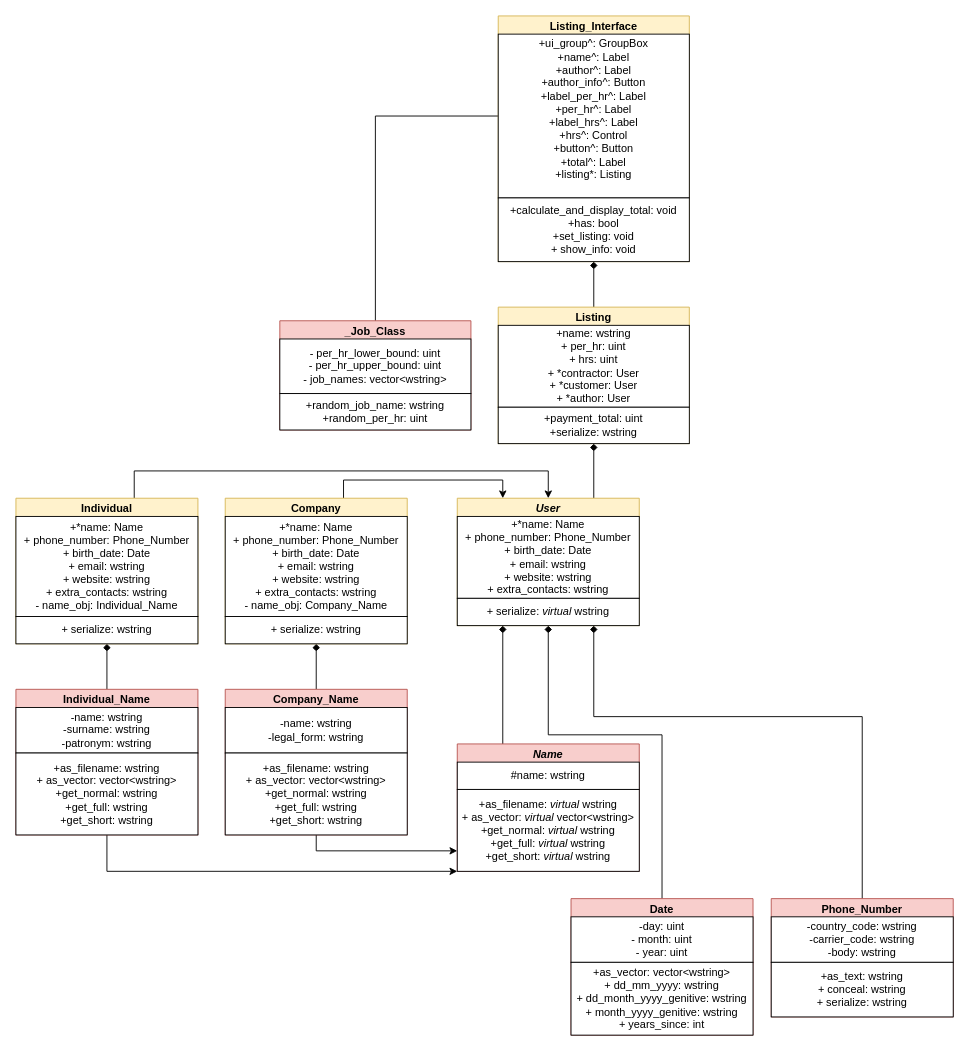
This is Coursework_UML.drawio from ThatOneGriff/Programming-Coursework, a draw.io file, before an edit. Source tidied: cells renumbered, new cells numbered last; positions are measured from the earlier drawing's top-left corner, leaving out a move shared by most shapes. Both pictures are drawn from the tidied source at 91%, with x=0, y=0 at pixel (15, 15).
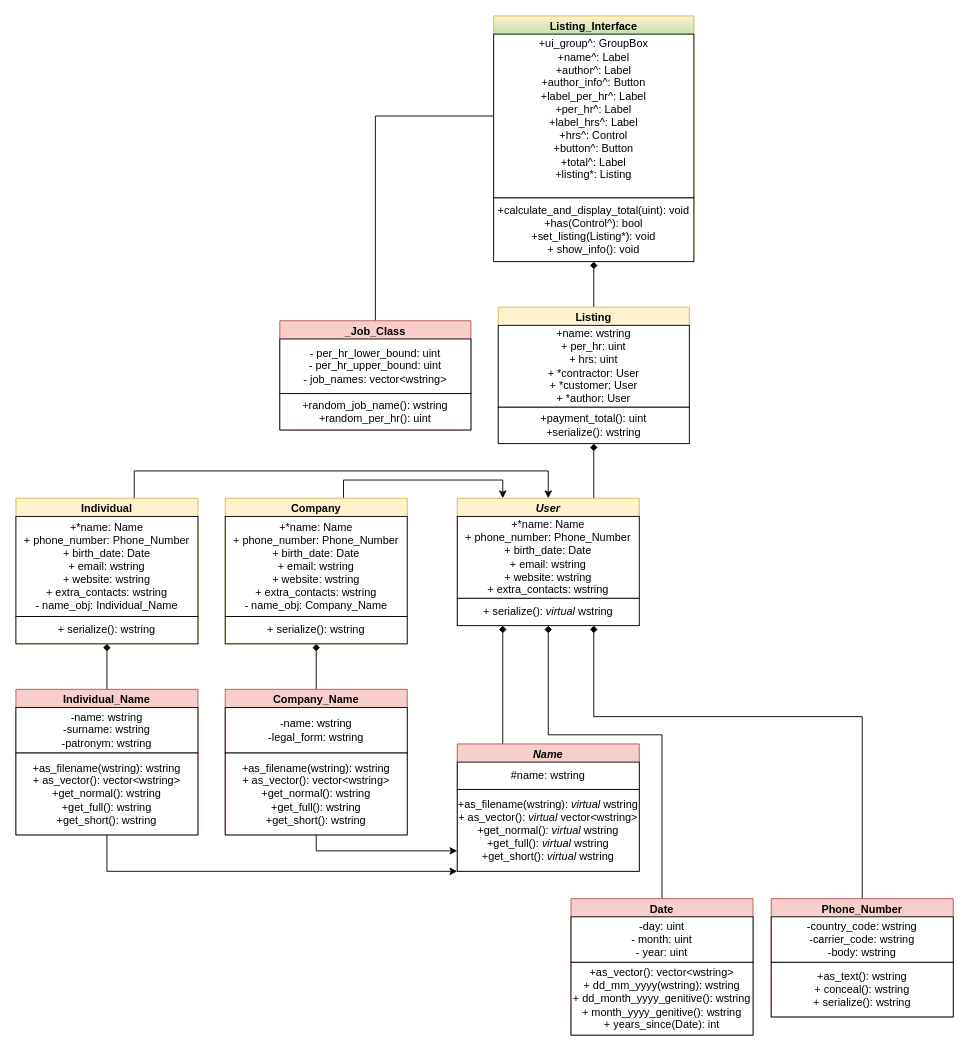
Above is the later version.

Commit message (it also covers changes not shown here):
Fixed up the diagram functions

TODO: "macro can be converted to constexpr"

The change refers to these unchanged cells:
```xml
<mxCell id="3" value="&lt;i&gt;Name&lt;/i&gt;" style="swimlane;whiteSpace=wrap;html=1;fillColor=#f8cecc;strokeColor=#b85450;" parent="1" vertex="1">
  <mxGeometry x="485" y="800" width="200" height="140" as="geometry" />
</mxCell>
<mxCell id="8" value="Individual_Name" style="swimlane;whiteSpace=wrap;html=1;fillColor=#f8cecc;strokeColor=#b85450;" parent="1" vertex="1">
  <mxGeometry y="740" width="200" height="160" as="geometry" />
</mxCell>
<mxCell id="13" value="Company_Name" style="swimlane;whiteSpace=wrap;html=1;fillColor=#f8cecc;strokeColor=#b85450;" parent="1" vertex="1">
  <mxGeometry x="230" y="740" width="200" height="160" as="geometry" />
</mxCell>
<mxCell id="17" value="Phone_Number" style="swimlane;whiteSpace=wrap;html=1;fillColor=#f8cecc;strokeColor=#b85450;" parent="1" vertex="1">
  <mxGeometry x="830" y="970" width="200" height="130" as="geometry" />
</mxCell>
<mxCell id="21" value="Date" style="swimlane;whiteSpace=wrap;html=1;fillColor=#f8cecc;strokeColor=#b85450;" parent="1" vertex="1">
  <mxGeometry x="610" y="970" width="200" height="150" as="geometry" />
</mxCell>
<mxCell id="25" value="&lt;i&gt;User&lt;/i&gt;" style="swimlane;whiteSpace=wrap;html=1;fillColor=#fff2cc;strokeColor=#d6b656;" parent="1" vertex="1">
  <mxGeometry x="485" y="530" width="200" height="140" as="geometry" />
</mxCell>
<mxCell id="29" value="Individual" style="swimlane;whiteSpace=wrap;html=1;fillColor=#fff2cc;strokeColor=#d6b656;" parent="1" vertex="1">
  <mxGeometry y="530" width="200" height="160" as="geometry" />
</mxCell>
<mxCell id="33" value="Company" style="swimlane;whiteSpace=wrap;html=1;fillColor=#fff2cc;strokeColor=#d6b656;" parent="1" vertex="1">
  <mxGeometry x="230" y="530" width="200" height="160" as="geometry" />
</mxCell>
<mxCell id="37" value="Listing" style="swimlane;whiteSpace=wrap;html=1;fillColor=#fff2cc;strokeColor=#d6b656;" parent="1" vertex="1">
  <mxGeometry x="530" y="320" width="210" height="150" as="geometry" />
</mxCell>
<mxCell id="41" value="_Job_Class" style="swimlane;whiteSpace=wrap;html=1;fillColor=#f8cecc;strokeColor=#b85450;" parent="1" vertex="1">
  <mxGeometry x="290" y="335" width="210" height="120" as="geometry" />
</mxCell>
```

Change to the diagram source:
```diff
@@
-    <mxCell id="5" value="+as_filename: &lt;i&gt;virtual &lt;/i&gt;wstring&lt;div&gt;+ as_vector: &lt;i&gt;virtual &lt;/i&gt;vector&amp;lt;wstring&amp;gt;&lt;/div&gt;&lt;div&gt;+get_normal: &lt;i&gt;virtual &lt;/i&gt;wstring&lt;/div&gt;&lt;div&gt;+get_full: &lt;i&gt;virtual &lt;/i&gt;wstring&lt;/div&gt;&lt;div&gt;+get_short: &lt;i&gt;virtual &lt;/i&gt;wstring&lt;/div&gt;" style="rounded=0;whiteSpace=wrap;html=1;" parent="3" vertex="1">
+    <mxCell id="5" value="+as_filename(wstring): &lt;i&gt;virtual &lt;/i&gt;wstring&lt;div&gt;+ as_vector(): &lt;i&gt;virtual &lt;/i&gt;vector&amp;lt;wstring&amp;gt;&lt;/div&gt;&lt;div&gt;+get_normal(): &lt;i&gt;virtual &lt;/i&gt;wstring&lt;/div&gt;&lt;div&gt;+get_full(): &lt;i&gt;virtual &lt;/i&gt;wstring&lt;/div&gt;&lt;div&gt;+get_short(): &lt;i&gt;virtual &lt;/i&gt;wstring&lt;/div&gt;" style="rounded=0;whiteSpace=wrap;html=1;" parent="3" vertex="1">
       <mxGeometry y="50" width="200" height="90" as="geometry" />
     </mxCell>
@@
-    <mxCell id="10" value="+as_filename: wstring&lt;div&gt;+ as_vector: vector&amp;lt;wstring&amp;gt;&lt;/div&gt;&lt;div&gt;+get_normal: wstring&lt;/div&gt;&lt;div&gt;+get_full: wstring&lt;/div&gt;&lt;div&gt;+get_short: wstring&lt;/div&gt;" style="rounded=0;whiteSpace=wrap;html=1;" parent="8" vertex="1">
+    <mxCell id="10" value="+as_filename(wstring): wstring&lt;div&gt;+ as_vector(): vector&amp;lt;wstring&amp;gt;&lt;/div&gt;&lt;div&gt;+get_normal(): wstring&lt;/div&gt;&lt;div&gt;+get_full(): wstring&lt;/div&gt;&lt;div&gt;+get_short(): wstring&lt;/div&gt;" style="rounded=0;whiteSpace=wrap;html=1;" parent="8" vertex="1">
       <mxGeometry y="70" width="200" height="90" as="geometry" />
     </mxCell>
@@
-    <mxCell id="15" value="+as_filename: wstring&lt;div&gt;+ as_vector: vector&amp;lt;wstring&amp;gt;&lt;/div&gt;&lt;div&gt;+get_normal: wstring&lt;/div&gt;&lt;div&gt;+get_full: wstring&lt;/div&gt;&lt;div&gt;+get_short: wstring&lt;/div&gt;" style="rounded=0;whiteSpace=wrap;html=1;" parent="13" vertex="1">
+    <mxCell id="15" value="+as_filename(wstring): wstring&lt;div&gt;+ as_vector(): vector&amp;lt;wstring&amp;gt;&lt;/div&gt;&lt;div&gt;+get_normal(): wstring&lt;/div&gt;&lt;div&gt;+get_full(): wstring&lt;/div&gt;&lt;div&gt;+get_short(): wstring&lt;/div&gt;" style="rounded=0;whiteSpace=wrap;html=1;" parent="13" vertex="1">
       <mxGeometry y="70" width="200" height="90" as="geometry" />
     </mxCell>
@@
-    <mxCell id="19" value="+as_text: wstring&lt;div&gt;+ conceal: wstring&lt;/div&gt;&lt;div&gt;+ serialize: wstring&lt;/div&gt;" style="rounded=0;whiteSpace=wrap;html=1;" parent="17" vertex="1">
+    <mxCell id="19" value="+as_text(): wstring&lt;div&gt;+ conceal(): wstring&lt;/div&gt;&lt;div&gt;+ serialize(): wstring&lt;/div&gt;" style="rounded=0;whiteSpace=wrap;html=1;" parent="17" vertex="1">
       <mxGeometry y="70" width="200" height="60" as="geometry" />
     </mxCell>
@@
-    <mxCell id="23" value="+as_vector: vector&amp;lt;wstring&amp;gt;&lt;div&gt;+ dd_mm_yyyy: wstring&lt;/div&gt;&lt;div&gt;+ dd_month_yyyy_genitive: wstring&lt;/div&gt;&lt;div&gt;+ month_yyyy_genitive: wstring&lt;/div&gt;&lt;div&gt;+ years_since: int&lt;/div&gt;" style="rounded=0;whiteSpace=wrap;html=1;" parent="21" vertex="1">
+    <mxCell id="23" value="+as_vector(): vector&amp;lt;wstring&amp;gt;&lt;div&gt;+ dd_mm_yyyy(wstring): wstring&lt;/div&gt;&lt;div&gt;+ dd_month_yyyy_genitive(): wstring&lt;/div&gt;&lt;div&gt;+ month_yyyy_genitive(): wstring&lt;/div&gt;&lt;div&gt;+ years_since(Date): int&lt;/div&gt;" style="rounded=0;whiteSpace=wrap;html=1;" parent="21" vertex="1">
       <mxGeometry y="70" width="200" height="80" as="geometry" />
     </mxCell>
@@
-    <mxCell id="27" value="+ serialize: &lt;i&gt;virtual&lt;/i&gt;&amp;nbsp;wstring" style="rounded=0;whiteSpace=wrap;html=1;" parent="25" vertex="1">
+    <mxCell id="27" value="+ serialize(): &lt;i&gt;virtual&lt;/i&gt;&amp;nbsp;wstring" style="rounded=0;whiteSpace=wrap;html=1;" parent="25" vertex="1">
       <mxGeometry y="110" width="200" height="30" as="geometry" />
     </mxCell>
@@
-    <mxCell id="31" value="+ serialize: wstring" style="rounded=0;whiteSpace=wrap;html=1;" parent="29" vertex="1">
+    <mxCell id="31" value="+ serialize(): wstring" style="rounded=0;whiteSpace=wrap;html=1;" parent="29" vertex="1">
       <mxGeometry y="130" width="200" height="30" as="geometry" />
     </mxCell>
@@
-    <mxCell id="35" value="+ serialize: wstring" style="rounded=0;whiteSpace=wrap;html=1;" parent="33" vertex="1">
+    <mxCell id="35" value="+ serialize(): wstring" style="rounded=0;whiteSpace=wrap;html=1;" parent="33" vertex="1">
       <mxGeometry y="130" width="200" height="30" as="geometry" />
     </mxCell>
@@
-    <mxCell id="39" value="+payment_total: uint&lt;div&gt;+serialize: wstring&lt;/div&gt;" style="rounded=0;whiteSpace=wrap;html=1;" parent="37" vertex="1">
+    <mxCell id="39" value="+payment_total(): uint&lt;div&gt;+serialize(): wstring&lt;/div&gt;" style="rounded=0;whiteSpace=wrap;html=1;" parent="37" vertex="1">
       <mxGeometry y="110" width="210" height="40" as="geometry" />
     </mxCell>
@@
-    <mxCell id="43" value="+random_job_name: wstring&lt;div&gt;+random_per_hr: uint&lt;/div&gt;" style="rounded=0;whiteSpace=wrap;html=1;" parent="41" vertex="1">
+    <mxCell id="43" value="+random_job_name(): wstring&lt;div&gt;+random_per_hr(): uint&lt;/div&gt;" style="rounded=0;whiteSpace=wrap;html=1;" parent="41" vertex="1">
       <mxGeometry y="80" width="210" height="40" as="geometry" />
     </mxCell>
-    <mxCell id="44" value="Listing_Interface" style="swimlane;whiteSpace=wrap;html=1;fillColor=#fff2cc;strokeColor=#d6b656;gradientColor=none;" parent="1" vertex="1">
-      <mxGeometry x="530" width="210" height="270" as="geometry" />
+    <mxCell id="44" value="Listing_Interface" style="swimlane;whiteSpace=wrap;html=1;fillColor=#fff2cc;strokeColor=#d6b656;gradientColor=#B9E0A5;" parent="1" vertex="1">
+      <mxGeometry x="525" width="220" height="270" as="geometry" />
     </mxCell>
     <mxCell id="45" value="+ui_group^: GroupBox&lt;div&gt;+name^: Label&lt;/div&gt;&lt;div&gt;+author^: Label&lt;/div&gt;&lt;div&gt;+author_info^: Button&lt;/div&gt;&lt;div&gt;+label_per_hr^: Label&lt;/div&gt;&lt;div&gt;+per_hr^: Label&lt;/div&gt;&lt;div&gt;+label_hrs^: Label&lt;/div&gt;&lt;div&gt;+hrs^: Control&lt;/div&gt;&lt;div&gt;+button^: Button&lt;/div&gt;&lt;div&gt;+total^: Label&lt;/div&gt;&lt;div&gt;+listing*: Listing&lt;/div&gt;&lt;div&gt;&lt;br&gt;&lt;/div&gt;" style="rounded=0;whiteSpace=wrap;html=1;" parent="44" vertex="1">
-      <mxGeometry y="20" width="210" height="180" as="geometry" />
+      <mxGeometry y="20" width="220" height="180" as="geometry" />
     </mxCell>
-    <mxCell id="46" value="+calculate_and_display_total: void&lt;div&gt;+has: bool&lt;/div&gt;&lt;div&gt;+set_listing: void&lt;/div&gt;&lt;div&gt;+ show_info: void&lt;/div&gt;" style="rounded=0;whiteSpace=wrap;html=1;" parent="44" vertex="1">
-      <mxGeometry y="200" width="210" height="70" as="geometry" />
+    <mxCell id="46" value="+calculate_and_display_total(uint): void&lt;div&gt;+has(Control^): bool&lt;/div&gt;&lt;div&gt;+set_listing(Listing*): void&lt;/div&gt;&lt;div&gt;+ show_info(): void&lt;/div&gt;" style="rounded=0;whiteSpace=wrap;html=1;" parent="44" vertex="1">
+      <mxGeometry y="200" width="220" height="70" as="geometry" />
     </mxCell>
```
